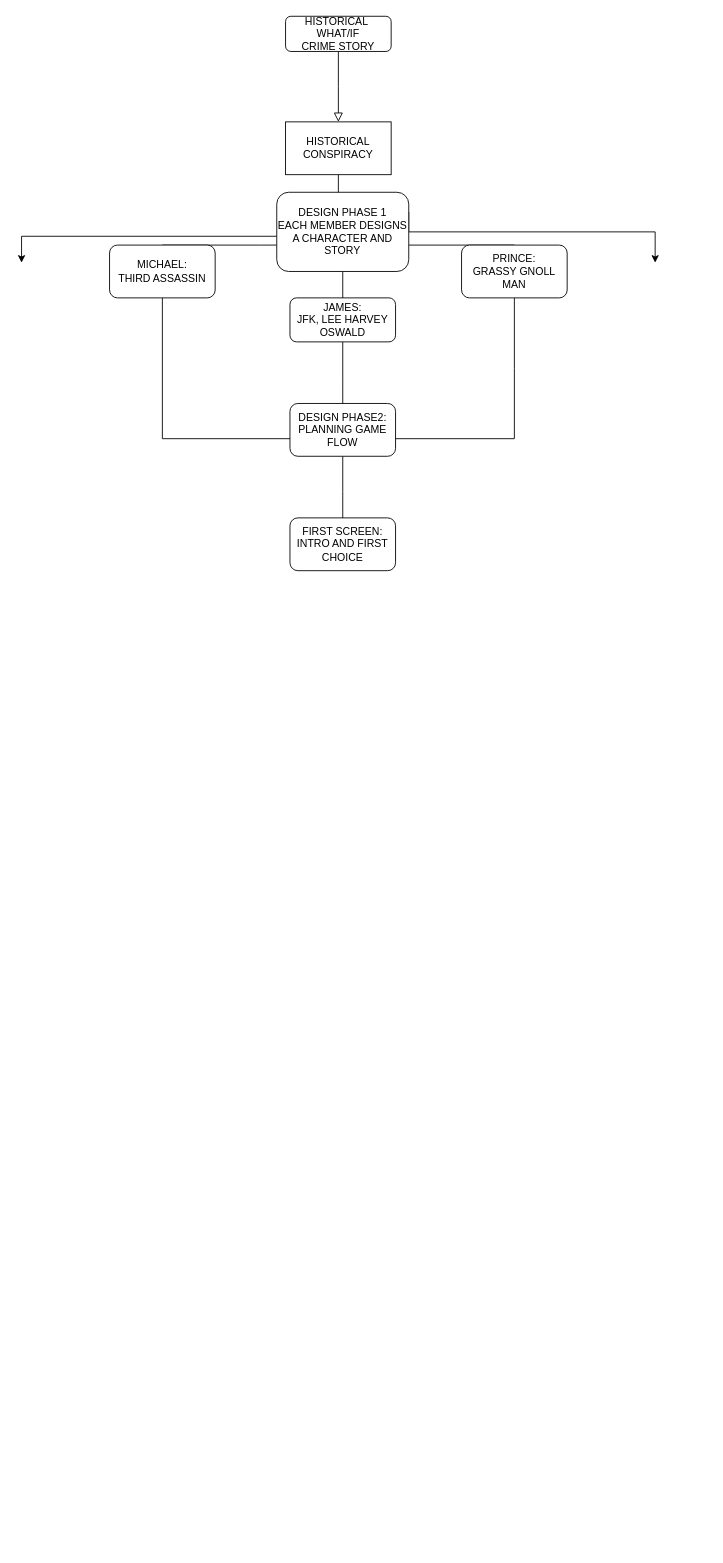
Before: Untitled Diagram.drawio in bottack/CN-text-game, a draw.io diagram. Source tidied: cells renumbered, new cells numbered last; positions are measured from the earlier drawing's top-left corner, leaving out a move shared by most shapes. Both pictures are drawn from the tidied source at 88%, with x=0, y=0 at pixel (21, 16).
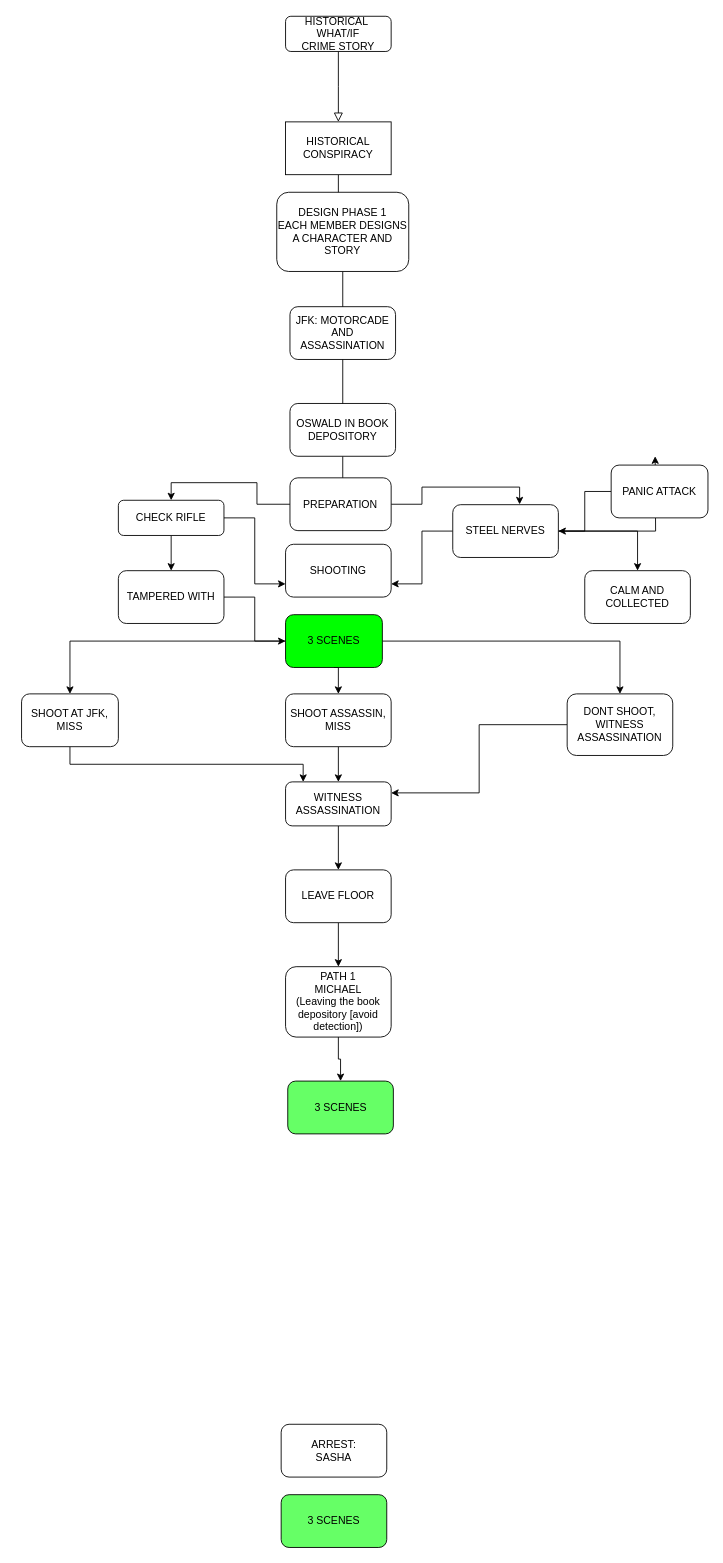
Above is the later version.

The change refers to these unchanged cells:
```xml
<mxCell id="11" value="DESIGN PHASE 1&lt;br&gt;EACH MEMBER DESIGNS A CHARACTER AND STORY" style="rounded=1;whiteSpace=wrap;html=1;" parent="1" vertex="1">
  <mxGeometry x="290" y="200" width="150" height="90" as="geometry" />
</mxCell>
```

The edit, as a diff of the source:
```diff
@@
-    <mxCell id="6" style="edgeStyle=orthogonalEdgeStyle;rounded=0;jettySize=auto;html=1;" parent="1" edge="1" source="11">
-      <mxGeometry relative="1" as="geometry">
-        <mxPoint x="160" y="290" as="targetPoint" />
-        <Array as="points">
-          <mxPoint x="270" y="260" />
-          <mxPoint x="270" y="260" />
-        </Array>
-      </mxGeometry>
-    </mxCell>
-    <mxCell id="7" style="edgeStyle=orthogonalEdgeStyle;rounded=0;jettySize=auto;html=1;" parent="1" edge="1" source="11">
-      <mxGeometry relative="1" as="geometry">
-        <mxPoint x="560" y="280" as="targetPoint" />
-        <Array as="points">
-          <mxPoint x="560" y="260" />
-        </Array>
-      </mxGeometry>
-    </mxCell>
     <mxCell id="8" style="edgeStyle=orthogonalEdgeStyle;rounded=0;jettySize=auto;html=1;" parent="1" edge="1" source="11">
       <mxGeometry relative="1" as="geometry">
         <mxPoint x="360" y="370" as="targetPoint" />
+        <Array as="points">
+          <mxPoint x="365" y="370" />
+        </Array>
       </mxGeometry>
     </mxCell>
-    <mxCell id="9" style="edgeStyle=orthogonalEdgeStyle;rounded=0;jettySize=auto;html=1;" parent="1" edge="1" source="11">
-      <mxGeometry relative="1" as="geometry">
-        <mxPoint y="280" as="targetPoint" />
-        <Array as="points">
-          <mxPoint y="250" />
-        </Array>
-      </mxGeometry>
-    </mxCell>
-    <mxCell id="10" style="edgeStyle=orthogonalEdgeStyle;rounded=0;jettySize=auto;html=1;exitX=1;exitY=0.25;exitDx=0;exitDy=0;" parent="1" edge="1" source="11">
-      <mxGeometry relative="1" as="geometry">
-        <mxPoint x="720" y="280" as="targetPoint" />
-        <Array as="points">
-          <mxPoint x="720" y="245" />
-        </Array>
-      </mxGeometry>
-    </mxCell>
@@
-    <mxCell id="12" style="edgeStyle=orthogonalEdgeStyle;rounded=0;jettySize=auto;html=1;" parent="1" edge="1" source="13">
-      <mxGeometry relative="1" as="geometry">
-        <mxPoint x="360" y="470" as="targetPoint" />
-        <Array as="points">
-          <mxPoint x="160" y="480" />
-          <mxPoint x="360" y="480" />
-        </Array>
-      </mxGeometry>
-    </mxCell>
-    <mxCell id="13" value="MICHAEL:&lt;br&gt;THIRD ASSASSIN" style="rounded=1;whiteSpace=wrap;html=1;" parent="1" vertex="1">
-      <mxGeometry x="100" y="260" width="120" height="60" as="geometry" />
-    </mxCell>
-    <mxCell id="14" style="edgeStyle=orthogonalEdgeStyle;rounded=0;jettySize=auto;html=1;" parent="1" edge="1" source="15">
-      <mxGeometry relative="1" as="geometry">
-        <mxPoint x="380" y="480" as="targetPoint" />
-        <Array as="points">
-          <mxPoint x="560" y="400" />
-          <mxPoint x="560" y="400" />
-        </Array>
-      </mxGeometry>
-    </mxCell>
-    <mxCell id="15" value="PRINCE:&lt;br&gt;GRASSY GNOLL MAN" style="rounded=1;whiteSpace=wrap;html=1;" parent="1" vertex="1">
-      <mxGeometry x="500" y="260" width="120" height="60" as="geometry" />
-    </mxCell>
-    <mxCell id="16" style="edgeStyle=orthogonalEdgeStyle;rounded=0;jettySize=auto;html=1;" parent="1" edge="1" source="17">
+    <mxCell id="16" style="edgeStyle=orthogonalEdgeStyle;rounded=0;orthogonalLoop=1;jettySize=auto;html=1;" parent="1" edge="1">
       <mxGeometry relative="1" as="geometry">
+        <mxPoint x="365" y="370" as="sourcePoint" />
         <mxPoint x="365" y="450" as="targetPoint" />
       </mxGeometry>
     </mxCell>
-    <mxCell id="17" value="JAMES:&lt;br&gt;JFK, LEE HARVEY OSWALD&lt;br&gt;" style="rounded=1;whiteSpace=wrap;html=1;" parent="1" vertex="1">
-      <mxGeometry x="305" y="320" width="120" height="50" as="geometry" />
-    </mxCell>
@@
-    <mxCell id="19" value="DESIGN PHASE2:&lt;br&gt;PLANNING GAME FLOW" style="rounded=1;whiteSpace=wrap;html=1;" parent="1" vertex="1">
+    <mxCell id="19" value="OSWALD IN BOOK DEPOSITORY" style="rounded=1;whiteSpace=wrap;html=1;" parent="1" vertex="1">
       <mxGeometry x="305" y="440" width="120" height="60" as="geometry" />
     </mxCell>
-    <mxCell id="20" value="FIRST SCREEN:&lt;br&gt;INTRO AND FIRST CHOICE" style="rounded=1;whiteSpace=wrap;html=1;" parent="1" vertex="1">
-      <mxGeometry x="305" y="570" width="120" height="60" as="geometry" />
-    </mxCell>
+    <mxCell id="21" value="JFK: MOTORCADE AND ASSASSINATION" style="rounded=1;whiteSpace=wrap;html=1;" parent="1" vertex="1">
+      <mxGeometry x="305" y="330" width="120" height="60" as="geometry" />
+    </mxCell>
+    <mxCell id="22" style="edgeStyle=orthogonalEdgeStyle;rounded=0;orthogonalLoop=1;jettySize=auto;html=1;entryX=1;entryY=0.5;entryDx=0;entryDy=0;" parent="1" edge="1">
+      <mxGeometry relative="1" as="geometry">
+        <mxPoint x="560" y="630" as="targetPoint" />
+        <Array as="points">
+          <mxPoint x="500" y="770" />
+          <mxPoint x="670" y="770" />
+          <mxPoint x="670" y="780" />
+          <mxPoint x="740" y="780" />
+          <mxPoint x="740" y="630" />
+        </Array>
+      </mxGeometry>
+    </mxCell>
+    <mxCell id="23" style="edgeStyle=orthogonalEdgeStyle;rounded=0;jettySize=auto;html=1;" parent="1" edge="1" source="24" target="32">
+      <mxGeometry relative="1" as="geometry" />
+    </mxCell>
+    <mxCell id="24" value="PATH 1&lt;br&gt;MICHAEL &lt;br&gt;(Leaving the book depository [avoid detection])" style="rounded=1;whiteSpace=wrap;html=1;" parent="1" vertex="1">
+      <mxGeometry x="300" y="1080" width="120" height="80" as="geometry" />
+    </mxCell>
+    <mxCell id="25" value="SHOOTING" style="rounded=1;whiteSpace=wrap;html=1;" parent="1" vertex="1">
+      <mxGeometry x="300" y="600" width="120" height="60" as="geometry" />
+    </mxCell>
+    <mxCell id="26" value="ARREST:&lt;br&gt;SASHA" style="rounded=1;whiteSpace=wrap;html=1;" parent="1" vertex="1">
+      <mxGeometry x="295" y="1600" width="120" height="60" as="geometry" />
+    </mxCell>
+    <mxCell id="27" style="edgeStyle=orthogonalEdgeStyle;rounded=0;jettySize=auto;html=1;exitX=0.5;exitY=1;exitDx=0;exitDy=0;entryX=0.5;entryY=0;entryDx=0;entryDy=0;" parent="1" edge="1" source="30" target="36">
+      <mxGeometry relative="1" as="geometry" />
+    </mxCell>
+    <mxCell id="28" style="edgeStyle=orthogonalEdgeStyle;rounded=0;jettySize=auto;html=1;entryX=0.5;entryY=0;entryDx=0;entryDy=0;" parent="1" edge="1" source="30" target="34">
+      <mxGeometry relative="1" as="geometry" />
+    </mxCell>
+    <mxCell id="29" style="edgeStyle=orthogonalEdgeStyle;rounded=0;jettySize=auto;html=1;entryX=0.5;entryY=0;entryDx=0;entryDy=0;" parent="1" edge="1" source="30" target="38">
+      <mxGeometry relative="1" as="geometry" />
+    </mxCell>
+    <mxCell id="30" value="3 SCENES" style="rounded=1;whiteSpace=wrap;html=1;fillColor=#00FF00;" parent="1" vertex="1">
+      <mxGeometry x="300" y="680" width="110" height="60" as="geometry" />
+    </mxCell>
+    <mxCell id="31" value="3 SCENES" style="rounded=1;whiteSpace=wrap;html=1;fillColor=#66FF66;" parent="1" vertex="1">
+      <mxGeometry x="295" y="1680" width="120" height="60" as="geometry" />
+    </mxCell>
+    <mxCell id="32" value="3 SCENES" style="rounded=1;whiteSpace=wrap;html=1;fillColor=#66FF66;" parent="1" vertex="1">
+      <mxGeometry x="302.5" y="1210" width="120" height="60" as="geometry" />
+    </mxCell>
+    <mxCell id="33" style="edgeStyle=orthogonalEdgeStyle;rounded=0;jettySize=auto;html=1;" parent="1" edge="1" source="34" target="40">
+      <mxGeometry relative="1" as="geometry">
+        <Array as="points">
+          <mxPoint x="55" y="850" />
+          <mxPoint x="320" y="850" />
+        </Array>
+      </mxGeometry>
+    </mxCell>
+    <mxCell id="34" value="SHOOT AT JFK, MISS" style="rounded=1;whiteSpace=wrap;html=1;" parent="1" vertex="1">
+      <mxGeometry y="770" width="110" height="60" as="geometry" />
+    </mxCell>
+    <mxCell id="35" style="edgeStyle=orthogonalEdgeStyle;rounded=0;jettySize=auto;html=1;exitX=0.5;exitY=1;exitDx=0;exitDy=0;entryX=0.5;entryY=0;entryDx=0;entryDy=0;" parent="1" edge="1" source="36" target="40">
+      <mxGeometry relative="1" as="geometry" />
+    </mxCell>
+    <mxCell id="36" value="SHOOT ASSASSIN, MISS" style="rounded=1;whiteSpace=wrap;html=1;" parent="1" vertex="1">
+      <mxGeometry x="300" y="770" width="120" height="60" as="geometry" />
+    </mxCell>
+    <mxCell id="37" style="edgeStyle=orthogonalEdgeStyle;rounded=0;jettySize=auto;html=1;entryX=1;entryY=0.25;entryDx=0;entryDy=0;" parent="1" edge="1" source="38" target="40">
+      <mxGeometry relative="1" as="geometry" />
+    </mxCell>
+    <mxCell id="38" value="DONT SHOOT, WITNESS ASSASSINATION" style="rounded=1;whiteSpace=wrap;html=1;" parent="1" vertex="1">
+      <mxGeometry x="620" y="770" width="120" height="70" as="geometry" />
+    </mxCell>
+    <mxCell id="39" style="edgeStyle=orthogonalEdgeStyle;rounded=0;jettySize=auto;html=1;" parent="1" edge="1" source="40" target="57">
+      <mxGeometry relative="1" as="geometry" />
+    </mxCell>
+    <mxCell id="40" value="WITNESS ASSASSINATION" style="rounded=1;whiteSpace=wrap;html=1;" parent="1" vertex="1">
+      <mxGeometry x="300" y="870" width="120" height="50" as="geometry" />
+    </mxCell>
+    <mxCell id="41" style="edgeStyle=orthogonalEdgeStyle;rounded=0;jettySize=auto;html=1;entryX=0.5;entryY=0;entryDx=0;entryDy=0;" parent="1" edge="1" source="43" target="46">
+      <mxGeometry relative="1" as="geometry" />
+    </mxCell>
+    <mxCell id="42" style="edgeStyle=orthogonalEdgeStyle;rounded=0;jettySize=auto;html=1;entryX=0.633;entryY=-0.006;entryDx=0;entryDy=0;entryPerimeter=0;" parent="1" edge="1" source="43" target="50">
+      <mxGeometry relative="1" as="geometry" />
+    </mxCell>
+    <mxCell id="43" value="PREPARATION" style="rounded=1;whiteSpace=wrap;html=1;fillColor=#FFFFFF;" parent="1" vertex="1">
+      <mxGeometry x="305" y="524.5" width="115" height="60" as="geometry" />
+    </mxCell>
+    <mxCell id="44" style="edgeStyle=orthogonalEdgeStyle;rounded=0;jettySize=auto;html=1;entryX=0;entryY=0.75;entryDx=0;entryDy=0;" parent="1" edge="1" source="46" target="25">
+      <mxGeometry relative="1" as="geometry" />
+    </mxCell>
+    <mxCell id="45" style="edgeStyle=orthogonalEdgeStyle;rounded=0;jettySize=auto;html=1;entryX=0.5;entryY=0;entryDx=0;entryDy=0;" parent="1" edge="1" source="46" target="52">
+      <mxGeometry relative="1" as="geometry" />
+    </mxCell>
+    <mxCell id="46" value="CHECK RIFLE" style="rounded=1;whiteSpace=wrap;html=1;fillColor=#FFFFFF;" parent="1" vertex="1">
+      <mxGeometry x="110" y="550" width="120" height="40" as="geometry" />
+    </mxCell>
+    <mxCell id="47" style="edgeStyle=orthogonalEdgeStyle;rounded=0;jettySize=auto;html=1;entryX=1;entryY=0.75;entryDx=0;entryDy=0;" parent="1" edge="1" source="50" target="25">
+      <mxGeometry relative="1" as="geometry" />
+    </mxCell>
+    <mxCell id="48" style="edgeStyle=orthogonalEdgeStyle;rounded=0;jettySize=auto;html=1;" parent="1" edge="1" source="50">
+      <mxGeometry relative="1" as="geometry">
+        <mxPoint x="720" y="500" as="targetPoint" />
+      </mxGeometry>
+    </mxCell>
+    <mxCell id="49" style="edgeStyle=orthogonalEdgeStyle;rounded=0;jettySize=auto;html=1;" parent="1" edge="1" source="50" target="55">
+      <mxGeometry relative="1" as="geometry" />
+    </mxCell>
+    <mxCell id="50" value="STEEL NERVES" style="rounded=1;whiteSpace=wrap;html=1;fillColor=#FFFFFF;" parent="1" vertex="1">
+      <mxGeometry x="490" y="555" width="120" height="60" as="geometry" />
+    </mxCell>
+    <mxCell id="51" style="edgeStyle=orthogonalEdgeStyle;rounded=0;jettySize=auto;html=1;entryX=0;entryY=0.5;entryDx=0;entryDy=0;" parent="1" edge="1" source="52" target="30">
+      <mxGeometry relative="1" as="geometry" />
+    </mxCell>
+    <mxCell id="52" value="TAMPERED WITH" style="rounded=1;whiteSpace=wrap;html=1;fillColor=#FFFFFF;" parent="1" vertex="1">
+      <mxGeometry x="110" y="630" width="120" height="60" as="geometry" />
+    </mxCell>
+    <mxCell id="53" style="edgeStyle=orthogonalEdgeStyle;rounded=0;jettySize=auto;html=1;entryX=1;entryY=0.5;entryDx=0;entryDy=0;" parent="1" edge="1" source="54" target="50">
+      <mxGeometry relative="1" as="geometry" />
+    </mxCell>
+    <mxCell id="54" value="PANIC ATTACK" style="rounded=1;whiteSpace=wrap;html=1;fillColor=#FFFFFF;" parent="1" vertex="1">
+      <mxGeometry x="670" y="510" width="110" height="60" as="geometry" />
+    </mxCell>
+    <mxCell id="55" value="CALM AND COLLECTED" style="rounded=1;whiteSpace=wrap;html=1;fillColor=#FFFFFF;" parent="1" vertex="1">
+      <mxGeometry x="640" y="630" width="120" height="60" as="geometry" />
+    </mxCell>
+    <mxCell id="56" style="edgeStyle=orthogonalEdgeStyle;rounded=0;jettySize=auto;html=1;entryX=0.5;entryY=0;entryDx=0;entryDy=0;" parent="1" edge="1" source="57" target="24">
+      <mxGeometry relative="1" as="geometry" />
+    </mxCell>
+    <mxCell id="57" value="LEAVE FLOOR" style="rounded=1;whiteSpace=wrap;html=1;fillColor=#FFFFFF;" parent="1" vertex="1">
+      <mxGeometry x="300" y="970" width="120" height="60" as="geometry" />
+    </mxCell>
```
